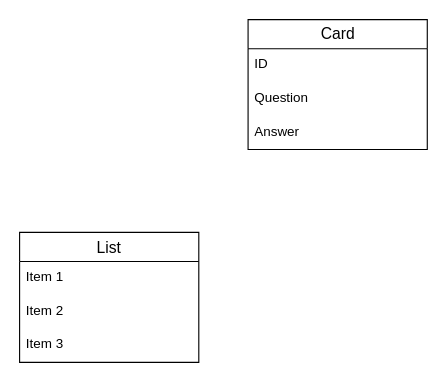
DenisPald/spaced-repetition keeps this draw.io diagram as SpacedRepetition.drawio. Above is the earlier version. Source tidied: cells renumbered, new cells numbered last; positions are measured from the earlier drawing's top-left corner, leaving out a move shared by most shapes. Both pictures are drawn from the tidied source at 112%, with x=0, y=0 at pixel (19, 19).
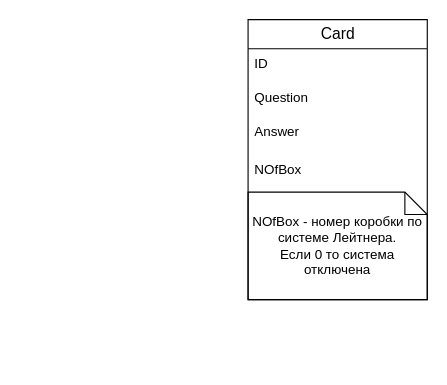
After the change.

Diff of the diagram source:
```diff
@@
 <mxGraphModel>
   <root>
     <mxCell id="0" />
     <mxCell id="1" parent="0" />
-    <mxCell id="2" value="Card" style="swimlane;fontStyle=0;horizontal=1;startSize=26;align=center;fontSize=14;html=1;rounded=0;flipV=0;" parent="1" vertex="1">
-      <mxGeometry x="204" width="160" height="116" as="geometry" />
+    <mxCell id="2" value="Card" style="swimlane;fontStyle=0;horizontal=1;startSize=26;align=center;fontSize=14;html=1;rounded=0;flipV=0;fillColor=none;shadow=0;" parent="1" vertex="1">
+      <mxGeometry x="204" width="160" height="250" as="geometry" />
     </mxCell>
-    <mxCell id="3" value="ID" style="text;strokeColor=none;fillColor=none;spacingLeft=4;spacingRight=4;overflow=hidden;fontSize=12;align=left;html=1;rounded=0;flipV=0;" parent="2" vertex="1">
+    <mxCell id="3" value="ID" style="text;strokeColor=none;fillColor=none;spacingLeft=4;spacingRight=4;overflow=hidden;fontSize=12;align=left;html=1;rounded=0;flipV=0;shadow=0;" parent="2" vertex="1">
       <mxGeometry y="26" width="160" height="30" as="geometry" />
     </mxCell>
-    <mxCell id="4" value="Question" style="text;strokeColor=none;fillColor=none;spacingLeft=4;spacingRight=4;overflow=hidden;fontSize=12;align=left;html=1;rounded=0;flipV=0;" parent="2" vertex="1">
+    <mxCell id="4" value="Question" style="text;strokeColor=none;fillColor=none;spacingLeft=4;spacingRight=4;overflow=hidden;fontSize=12;align=left;html=1;rounded=0;flipV=0;shadow=0;" parent="2" vertex="1">
       <mxGeometry y="56" width="160" height="30" as="geometry" />
     </mxCell>
-    <mxCell id="5" value="Answer" style="text;strokeColor=none;fillColor=none;spacingLeft=4;spacingRight=4;overflow=hidden;fontSize=12;align=left;html=1;rounded=0;flipV=0;" parent="2" vertex="1">
-      <mxGeometry y="86" width="160" height="30" as="geometry" />
+    <mxCell id="5" value="Answer" style="text;strokeColor=none;fillColor=none;spacingLeft=4;spacingRight=4;overflow=hidden;fontSize=12;align=left;html=1;rounded=0;flipV=0;shadow=0;" parent="2" vertex="1">
+      <mxGeometry y="86" width="160" height="34" as="geometry" />
     </mxCell>
-    <mxCell id="6" value="List" style="swimlane;fontStyle=0;horizontal=1;startSize=26;align=center;fontSize=14;" parent="1" vertex="1">
-      <mxGeometry y="190" width="160" height="116" as="geometry" />
-    </mxCell>
-    <mxCell id="7" value="Item 1" style="text;strokeColor=none;fillColor=none;spacingLeft=4;spacingRight=4;overflow=hidden;fontSize=12;" parent="6" vertex="1">
-      <mxGeometry y="26" width="160" height="30" as="geometry" />
-    </mxCell>
-    <mxCell id="8" value="Item 2" style="text;strokeColor=none;fillColor=none;spacingLeft=4;spacingRight=4;overflow=hidden;fontSize=12;" parent="6" vertex="1">
-      <mxGeometry y="56" width="160" height="30" as="geometry" />
-    </mxCell>
-    <mxCell id="9" value="Item 3" style="text;strokeColor=none;fillColor=none;spacingLeft=4;spacingRight=4;overflow=hidden;fontSize=12;" parent="6" vertex="1">
-      <mxGeometry y="86" width="160" height="30" as="geometry" />
-    </mxCell>
+    <mxCell id="10" value="NOfBox" style="text;strokeColor=none;fillColor=none;spacingLeft=4;spacingRight=4;overflow=hidden;fontSize=12;align=left;html=1;rounded=0;flipV=0;shadow=0;" parent="2" vertex="1">
+      <mxGeometry y="120" width="160" height="34" as="geometry" />
+    </mxCell>
+    <mxCell id="11" value="&lt;div&gt;NOfBox - номер коробки по системе Лейтнера.&lt;/div&gt;&lt;div&gt;Если 0 то система отключена&lt;br&gt;&lt;/div&gt;" style="shape=note;size=20;whiteSpace=wrap;html=1;fillColor=none;shadow=0;" parent="2" vertex="1">
+      <mxGeometry y="154" width="160" height="96" as="geometry" />
+    </mxCell>
   </root>
 </mxGraphModel>
```
